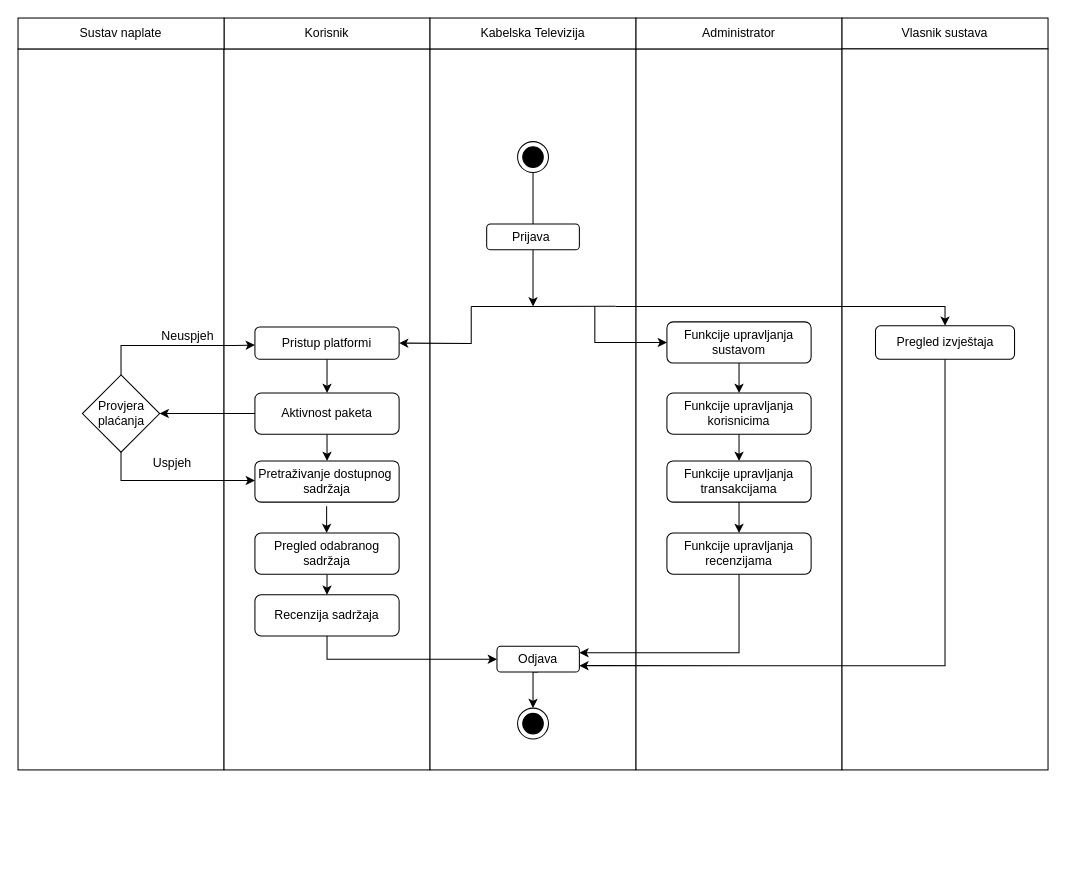
This is 3. Specifikacija dizajna/2. Objektni model/Dijagram aktivnosti.drawio from Franjo7/PIS, a draw.io file, before an edit. Source tidied: cells renumbered, new cells numbered last; positions are measured from the earlier drawing's top-left corner, leaving out a move shared by most shapes. Both pictures are drawn from the tidied source at 103%, with x=0, y=0 at pixel (18, 18).
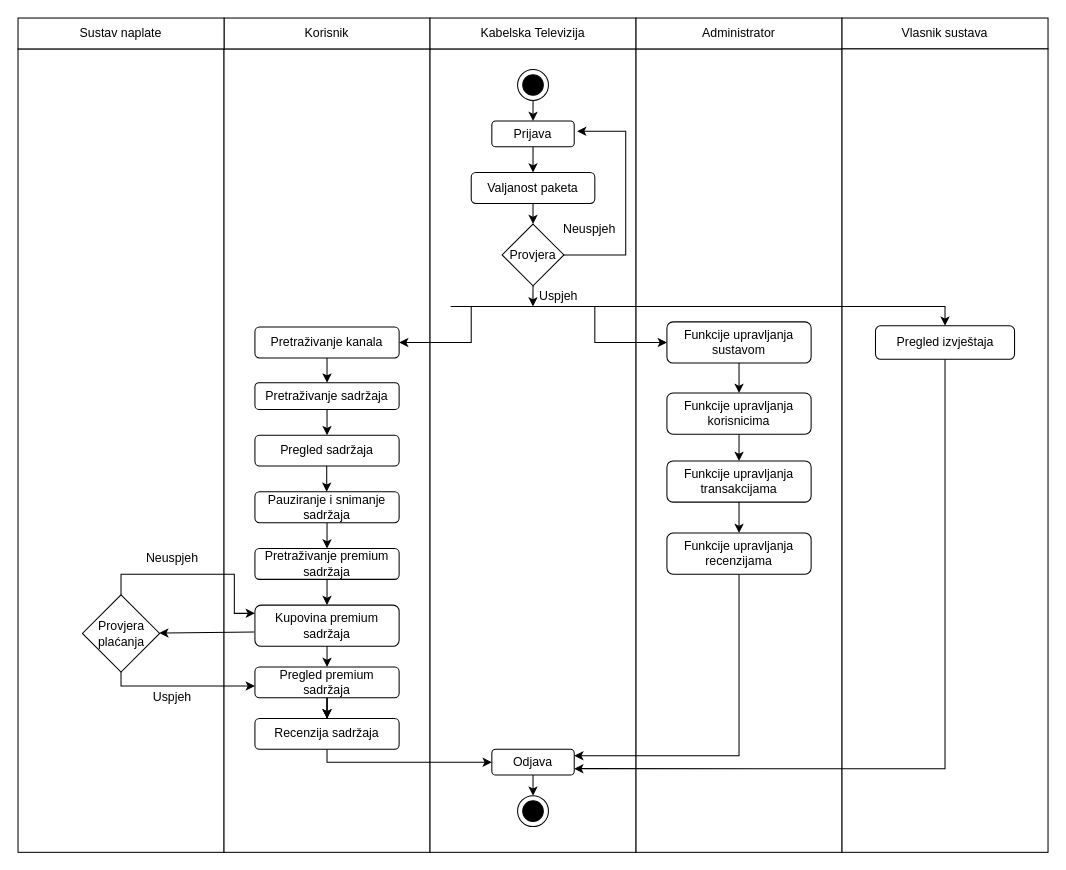
Above is the later version.

Commit message (it also covers changes not shown here):
Izmijenjen dijagram aktivnosti

The change refers to these unchanged cells:
```xml
<mxCell id="20" value="Funkcije upravljanja sustavom" style="rounded=1;whiteSpace=wrap;html=1;" parent="1" vertex="1">
  <mxGeometry x="630" y="295" width="140" height="40" as="geometry" />
</mxCell>
<mxCell id="43" value="Pregled izvještaja" style="rounded=1;whiteSpace=wrap;html=1;" parent="1" vertex="1">
  <mxGeometry x="832.5" y="298.8" width="135" height="32.5" as="geometry" />
</mxCell>
```

The edit, as a diff of the source:
```diff
@@
-    <mxCell id="2" style="rounded=0;whiteSpace=wrap;html=1;" parent="1" vertex="1">
-      <mxGeometry y="30" width="200" height="700" as="geometry" />
-    </mxCell>
-    <mxCell id="3" style="rounded=0;whiteSpace=wrap;html=1;" parent="1" vertex="1">
-      <mxGeometry x="200" y="30" width="200" height="700" as="geometry" />
-    </mxCell>
-    <mxCell id="4" style="rounded=0;whiteSpace=wrap;html=1;" parent="1" vertex="1">
-      <mxGeometry x="400" y="30" width="200" height="700" as="geometry" />
-    </mxCell>
-    <mxCell id="5" style="rounded=0;whiteSpace=wrap;html=1;" parent="1" vertex="1">
-      <mxGeometry x="600" y="30" width="200" height="700" as="geometry" />
-    </mxCell>
+    <mxCell id="51" style="rounded=0;whiteSpace=wrap;html=1;" parent="1" vertex="1">
+      <mxGeometry y="30" width="200" height="780" as="geometry" />
+    </mxCell>
+    <mxCell id="52" style="rounded=0;whiteSpace=wrap;html=1;" parent="1" vertex="1">
+      <mxGeometry x="200" y="30" width="200" height="780" as="geometry" />
+    </mxCell>
+    <mxCell id="53" style="rounded=0;whiteSpace=wrap;html=1;" parent="1" vertex="1">
+      <mxGeometry x="400" y="30" width="200" height="780" as="geometry" />
+    </mxCell>
+    <mxCell id="54" style="rounded=0;whiteSpace=wrap;html=1;" parent="1" vertex="1">
+      <mxGeometry x="600" y="30" width="200" height="780" as="geometry" />
+    </mxCell>
@@
-    <mxCell id="10" style="edgeStyle=orthogonalEdgeStyle;rounded=0;jettySize=auto;html=1;exitX=0.5;exitY=1;exitDx=0;exitDy=0;" parent="1" edge="1" source="11">
-      <mxGeometry relative="1" as="geometry">
-        <mxPoint x="500" y="280" as="targetPoint" />
-      </mxGeometry>
-    </mxCell>
-    <mxCell id="11" style="ellipse;whiteSpace=wrap;html=1;" parent="1" vertex="1">
-      <mxGeometry x="485" y="120" width="30" height="30" as="geometry" />
-    </mxCell>
+    <mxCell id="55" style="edgeStyle=orthogonalEdgeStyle;rounded=0;jettySize=auto;html=1;exitX=0.5;exitY=1;exitDx=0;exitDy=0;entryX=0.5;entryY=0;entryDx=0;entryDy=0;" parent="1" edge="1" source="56" target="12">
+      <mxGeometry relative="1" as="geometry" />
+    </mxCell>
+    <mxCell id="56" style="ellipse;whiteSpace=wrap;html=1;" parent="1" vertex="1">
+      <mxGeometry x="485" y="50" width="30" height="30" as="geometry" />
+    </mxCell>
+    <mxCell id="57" style="edgeStyle=orthogonalEdgeStyle;rounded=0;jettySize=auto;html=1;exitX=0.5;exitY=1;exitDx=0;exitDy=0;entryX=0.5;entryY=0;entryDx=0;entryDy=0;" parent="1" edge="1" source="12" target="59">
+      <mxGeometry relative="1" as="geometry" />
+    </mxCell>
-    <mxCell id="12" value="Prijava&amp;nbsp;" style="rounded=1;whiteSpace=wrap;html=1;" parent="1" vertex="1">
-      <mxGeometry x="455" y="200" width="90" height="25" as="geometry" />
+    <mxCell id="12" value="Prijava" style="rounded=1;whiteSpace=wrap;html=1;" parent="1" vertex="1">
+      <mxGeometry x="460" y="100" width="80" height="25" as="geometry" />
     </mxCell>
+    <mxCell id="58" style="edgeStyle=orthogonalEdgeStyle;rounded=0;jettySize=auto;html=1;exitX=0.5;exitY=1;exitDx=0;exitDy=0;entryX=0.5;entryY=0;entryDx=0;entryDy=0;" parent="1" edge="1" source="59" target="62">
+      <mxGeometry relative="1" as="geometry" />
+    </mxCell>
+    <mxCell id="59" value="Valjanost paketa" style="rounded=1;whiteSpace=wrap;html=1;" parent="1" vertex="1">
+      <mxGeometry x="440" y="150" width="120" height="30" as="geometry" />
+    </mxCell>
+    <mxCell id="60" style="edgeStyle=orthogonalEdgeStyle;rounded=0;orthogonalLoop=1;jettySize=auto;html=1;exitX=1;exitY=0.5;exitDx=0;exitDy=0;entryX=1;entryY=0.5;entryDx=0;entryDy=0;" parent="1" edge="1">
+      <mxGeometry relative="1" as="geometry">
+        <mxPoint x="485" y="230" as="sourcePoint" />
+        <mxPoint x="542.8" y="110" as="targetPoint" />
+        <Array as="points">
+          <mxPoint x="590" y="230" />
+          <mxPoint x="590" y="110" />
+        </Array>
+      </mxGeometry>
+    </mxCell>
+    <mxCell id="61" style="edgeStyle=orthogonalEdgeStyle;rounded=0;jettySize=auto;html=1;exitX=0.5;exitY=1;exitDx=0;exitDy=0;" parent="1" edge="1" source="62">
+      <mxGeometry relative="1" as="geometry">
+        <mxPoint x="499.9" y="280" as="targetPoint" />
+      </mxGeometry>
+    </mxCell>
+    <mxCell id="62" value="Provjera" style="rhombus;whiteSpace=wrap;html=1;" parent="1" vertex="1">
+      <mxGeometry x="470" y="200" width="60" height="60" as="geometry" />
+    </mxCell>
@@
-    <mxCell id="14" style="rounded=0;whiteSpace=wrap;html=1;" parent="1" vertex="1">
-      <mxGeometry x="800" y="30" width="200" height="700" as="geometry" />
-    </mxCell>
-    <mxCell id="15" style="endArrow=none;html=1;rounded=0;entryX=0.9;entryY=0.357;entryDx=0;entryDy=0;entryPerimeter=0;" parent="1" edge="1" target="4">
-      <mxGeometry relative="1" as="geometry">
-        <mxPoint x="500" y="280" as="sourcePoint" />
-      </mxGeometry>
-    </mxCell>
-    <mxCell id="16" style="endArrow=none;html=1;rounded=0;" parent="1" edge="1">
-      <mxGeometry relative="1" as="geometry">
-        <mxPoint x="440" y="280" as="sourcePoint" />
-        <mxPoint x="500" y="280" as="targetPoint" />
-      </mxGeometry>
-    </mxCell>
-    <mxCell id="17" style="edgeStyle=orthogonalEdgeStyle;rounded=0;jettySize=auto;html=1;exitX=0.5;exitY=1;exitDx=0;exitDy=0;entryX=0.5;entryY=0;entryDx=0;entryDy=0;" parent="1" edge="1" source="18" target="24">
-      <mxGeometry relative="1" as="geometry" />
-    </mxCell>
-    <mxCell id="18" value="Pristup platformi" style="rounded=1;whiteSpace=wrap;html=1;" parent="1" vertex="1">
-      <mxGeometry x="230" y="300" width="140" height="31.2" as="geometry" />
-    </mxCell>
+    <mxCell id="63" style="rounded=0;whiteSpace=wrap;html=1;" parent="1" vertex="1">
+      <mxGeometry x="800" y="30" width="200" height="780" as="geometry" />
+    </mxCell>
+    <mxCell id="64" style="ellipse;whiteSpace=wrap;html=1;fillColor=#000000;" parent="1" vertex="1">
+      <mxGeometry x="490" y="55" width="20" height="20" as="geometry" />
+    </mxCell>
+    <mxCell id="65" value="Neuspjeh" style="text;html=1;strokeColor=none;fillColor=none;align=center;verticalAlign=middle;whiteSpace=wrap;rounded=0;" parent="1" vertex="1">
+      <mxGeometry x="530" y="190" width="50" height="30" as="geometry" />
+    </mxCell>
+    <mxCell id="66" style="endArrow=none;html=1;rounded=0;" parent="1" edge="1">
+      <mxGeometry relative="1" as="geometry">
+        <mxPoint x="500" y="280" as="sourcePoint" />
+        <mxPoint x="560" y="280" as="targetPoint" />
+      </mxGeometry>
+    </mxCell>
+    <mxCell id="67" style="endArrow=none;html=1;rounded=0;" parent="1" edge="1">
+      <mxGeometry relative="1" as="geometry">
+        <mxPoint x="420" y="280" as="sourcePoint" />
+        <mxPoint x="500" y="280" as="targetPoint" />
+      </mxGeometry>
+    </mxCell>
+    <mxCell id="68" value="Uspjeh" style="text;html=1;strokeColor=none;fillColor=none;align=center;verticalAlign=middle;whiteSpace=wrap;rounded=0;" parent="1" vertex="1">
+      <mxGeometry x="500" y="260" width="50" height="20" as="geometry" />
+    </mxCell>
+    <mxCell id="69" style="edgeStyle=orthogonalEdgeStyle;rounded=0;jettySize=auto;html=1;exitX=0.5;exitY=1;exitDx=0;exitDy=0;entryX=0.5;entryY=0;entryDx=0;entryDy=0;" parent="1" edge="1" source="70" target="74">
+      <mxGeometry relative="1" as="geometry" />
+    </mxCell>
+    <mxCell id="70" value="Pretraživanje kanala" style="rounded=1;whiteSpace=wrap;html=1;" parent="1" vertex="1">
+      <mxGeometry x="230" y="300" width="140" height="30" as="geometry" />
+    </mxCell>
@@
-    <mxCell id="21" style="endArrow=classic;html=1;rounded=0;entryX=1;entryY=0.5;entryDx=0;entryDy=0;" parent="1" edge="1" target="18">
-      <mxGeometry relative="1" as="geometry">
-        <mxPoint x="440" y="280" as="sourcePoint" />
-        <Array as="points">
-          <mxPoint x="440" y="316" />
-        </Array>
-      </mxGeometry>
-    </mxCell>
-    <mxCell id="22" style="endArrow=classic;html=1;rounded=0;entryX=0;entryY=0.5;entryDx=0;entryDy=0;" parent="1" edge="1" target="20">
-      <mxGeometry relative="1" as="geometry">
-        <mxPoint x="560" y="280" as="sourcePoint" />
-        <Array as="points">
-          <mxPoint x="560" y="315" />
-        </Array>
-      </mxGeometry>
-    </mxCell>
-    <mxCell id="23" style="edgeStyle=orthogonalEdgeStyle;rounded=0;jettySize=auto;html=1;exitX=0.5;exitY=1;exitDx=0;exitDy=0;entryX=0.5;entryY=0;entryDx=0;entryDy=0;" parent="1" edge="1" source="24" target="26">
-      <mxGeometry relative="1" as="geometry" />
-    </mxCell>
-    <mxCell id="24" value="Aktivnost paketa" style="rounded=1;whiteSpace=wrap;html=1;" parent="1" vertex="1">
-      <mxGeometry x="230" y="364" width="140" height="40" as="geometry" />
-    </mxCell>
-    <mxCell id="25" style="edgeStyle=orthogonalEdgeStyle;rounded=0;jettySize=auto;html=1;exitX=0;exitY=0.5;exitDx=0;exitDy=0;entryX=1;entryY=0.5;entryDx=0;entryDy=0;" parent="1" edge="1" source="24" target="29">
-      <mxGeometry relative="1" as="geometry" />
-    </mxCell>
-    <mxCell id="26" value="Pretraživanje dostupnog&amp;nbsp;&lt;br&gt;sadržaja" style="rounded=1;whiteSpace=wrap;html=1;" parent="1" vertex="1">
-      <mxGeometry x="230" y="430" width="140" height="40" as="geometry" />
-    </mxCell>
-    <mxCell id="27" style="edgeStyle=orthogonalEdgeStyle;rounded=0;orthogonalLoop=1;jettySize=auto;html=1;exitX=0.5;exitY=1;exitDx=0;exitDy=0;entryX=0;entryY=0.75;entryDx=0;entryDy=0;" parent="1" edge="1">
-      <mxGeometry relative="1" as="geometry">
-        <mxPoint x="100" y="364" as="sourcePoint" />
-        <mxPoint x="230" y="449" as="targetPoint" />
-        <Array as="points">
-          <mxPoint x="100" y="449" />
-        </Array>
-      </mxGeometry>
-    </mxCell>
-    <mxCell id="28" style="edgeStyle=orthogonalEdgeStyle;rounded=0;jettySize=auto;html=1;entryX=0;entryY=0.25;entryDx=0;entryDy=0;" parent="1" edge="1" source="29">
-      <mxGeometry relative="1" as="geometry">
-        <mxPoint x="230" y="317.5" as="targetPoint" />
-        <Array as="points">
-          <mxPoint x="100" y="318" />
-          <mxPoint x="210" y="318" />
-        </Array>
-      </mxGeometry>
-    </mxCell>
-    <mxCell id="29" value="Provjera&lt;br&gt;plaćanja" style="rhombus;whiteSpace=wrap;html=1;" parent="1" vertex="1">
-      <mxGeometry x="62.5" y="346.5" width="75" height="75" as="geometry" />
-    </mxCell>
-    <mxCell id="30" style="edgeStyle=orthogonalEdgeStyle;rounded=0;jettySize=auto;html=1;exitX=0.5;exitY=1;exitDx=0;exitDy=0;entryX=0.5;entryY=0;entryDx=0;entryDy=0;" parent="1" edge="1" source="31" target="41">
-      <mxGeometry relative="1" as="geometry" />
-    </mxCell>
-    <mxCell id="31" value="Pregled odabranog&lt;br&gt;sadržaja" style="rounded=1;whiteSpace=wrap;html=1;" parent="1" vertex="1">
-      <mxGeometry x="230" y="500" width="140" height="40" as="geometry" />
-    </mxCell>
-    <mxCell id="32" value="Uspjeh" style="text;html=1;strokeColor=none;fillColor=none;align=center;verticalAlign=middle;whiteSpace=wrap;rounded=0;" parent="1" vertex="1">
-      <mxGeometry x="110" y="421.5" width="80" height="20" as="geometry" />
-    </mxCell>
-    <mxCell id="33" value="Neuspjeh" style="text;html=1;strokeColor=none;fillColor=none;align=center;verticalAlign=middle;whiteSpace=wrap;rounded=0;" parent="1" vertex="1">
-      <mxGeometry x="120" y="298.8" width="90" height="20" as="geometry" />
-    </mxCell>
+    <mxCell id="71" style="endArrow=classic;html=1;rounded=0;entryX=1;entryY=0.5;entryDx=0;entryDy=0;" parent="1" edge="1" target="70">
+      <mxGeometry relative="1" as="geometry">
+        <mxPoint x="440" y="280" as="sourcePoint" />
+        <Array as="points">
+          <mxPoint x="440" y="315" />
+        </Array>
+      </mxGeometry>
+    </mxCell>
+    <mxCell id="72" style="endArrow=classic;html=1;rounded=0;entryX=0;entryY=0.5;entryDx=0;entryDy=0;" parent="1" edge="1" target="20">
+      <mxGeometry relative="1" as="geometry">
+        <mxPoint x="560" y="280" as="sourcePoint" />
+        <Array as="points">
+          <mxPoint x="560" y="315" />
+        </Array>
+      </mxGeometry>
+    </mxCell>
+    <mxCell id="73" style="edgeStyle=orthogonalEdgeStyle;rounded=0;jettySize=auto;html=1;exitX=0.5;exitY=1;exitDx=0;exitDy=0;entryX=0.5;entryY=0;entryDx=0;entryDy=0;" parent="1" edge="1" source="74" target="75">
+      <mxGeometry relative="1" as="geometry" />
+    </mxCell>
+    <mxCell id="74" value="Pretraživanje sadržaja" style="rounded=1;whiteSpace=wrap;html=1;" parent="1" vertex="1">
+      <mxGeometry x="230" y="354" width="140" height="26" as="geometry" />
+    </mxCell>
+    <mxCell id="75" value="Pregled sadržaja" style="rounded=1;whiteSpace=wrap;html=1;" parent="1" vertex="1">
+      <mxGeometry x="230" y="405" width="140" height="30" as="geometry" />
+    </mxCell>
+    <mxCell id="76" style="edgeStyle=orthogonalEdgeStyle;rounded=0;jettySize=auto;html=1;exitX=0.5;exitY=1;exitDx=0;exitDy=0;entryX=0.5;entryY=0;entryDx=0;entryDy=0;" parent="1" edge="1" source="77" target="78">
+      <mxGeometry relative="1" as="geometry" />
+    </mxCell>
+    <mxCell id="77" value="Pauziranje i snimanje&lt;br&gt;sadržaja" style="rounded=1;whiteSpace=wrap;html=1;" parent="1" vertex="1">
+      <mxGeometry x="230" y="460" width="140" height="30" as="geometry" />
+    </mxCell>
@@
-    <mxCell id="40" style="edgeStyle=orthogonalEdgeStyle;rounded=0;jettySize=auto;html=1;exitX=0.5;exitY=1;exitDx=0;exitDy=0;entryX=0;entryY=0.5;entryDx=0;entryDy=0;" parent="1" edge="1" source="41" target="46">
-      <mxGeometry relative="1" as="geometry" />
-    </mxCell>
-    <mxCell id="41" value="Recenzija sadržaja" style="rounded=1;whiteSpace=wrap;html=1;" parent="1" vertex="1">
-      <mxGeometry x="230" y="560" width="140" height="40" as="geometry" />
-    </mxCell>
+    <mxCell id="78" value="Pretraživanje premium&lt;br style=&quot;border-color: var(--border-color);&quot;&gt;sadržaja" style="rounded=1;whiteSpace=wrap;html=1;" parent="1" vertex="1">
+      <mxGeometry x="230" y="515" width="140" height="30" as="geometry" />
+    </mxCell>
@@
-    <mxCell id="44" style="endArrow=classic;html=1;rounded=0;entryX=0.5;entryY=0;entryDx=0;entryDy=0;" parent="1" edge="1" target="43">
-      <mxGeometry relative="1" as="geometry">
-        <mxPoint x="580" y="280" as="sourcePoint" />
-        <Array as="points">
-          <mxPoint x="900" y="280" />
-        </Array>
-      </mxGeometry>
-    </mxCell>
-    <mxCell id="45" style="edgeStyle=orthogonalEdgeStyle;rounded=0;jettySize=auto;html=1;exitX=0.5;exitY=1;exitDx=0;exitDy=0;entryX=0.5;entryY=0;entryDx=0;entryDy=0;" parent="1" edge="1" source="46" target="47">
-      <mxGeometry relative="1" as="geometry" />
-    </mxCell>
+    <mxCell id="79" style="endArrow=classic;html=1;rounded=0;entryX=0.5;entryY=0;entryDx=0;entryDy=0;" parent="1" edge="1" target="43">
+      <mxGeometry relative="1" as="geometry">
+        <mxPoint x="560" y="280" as="sourcePoint" />
+        <Array as="points">
+          <mxPoint x="900" y="280" />
+        </Array>
+      </mxGeometry>
+    </mxCell>
+    <mxCell id="80" style="edgeStyle=orthogonalEdgeStyle;rounded=0;jettySize=auto;html=1;exitX=0.5;exitY=1;exitDx=0;exitDy=0;entryX=0.5;entryY=0;entryDx=0;entryDy=0;" parent="1" edge="1" source="46" target="81">
+      <mxGeometry relative="1" as="geometry" />
+    </mxCell>
     <mxCell id="46" value="Odjava" style="rounded=1;whiteSpace=wrap;html=1;" parent="1" vertex="1">
-      <mxGeometry x="465" y="610" width="80" height="25" as="geometry" />
+      <mxGeometry x="460" y="710" width="80" height="25" as="geometry" />
     </mxCell>
-    <mxCell id="47" style="ellipse;whiteSpace=wrap;html=1;" parent="1" vertex="1">
-      <mxGeometry x="485" y="670" width="30" height="30" as="geometry" />
-    </mxCell>
-    <mxCell id="48" style="ellipse;whiteSpace=wrap;html=1;fillColor=#000000;" parent="1" vertex="1">
-      <mxGeometry x="490" y="675" width="20" height="20" as="geometry" />
-    </mxCell>
-    <mxCell id="49" style="ellipse;whiteSpace=wrap;html=1;fillColor=#000000;" parent="1" vertex="1">
-      <mxGeometry x="490" y="125" width="20" height="20" as="geometry" />
-    </mxCell>
-    <mxCell id="50" style="edgeStyle=orthogonalEdgeStyle;rounded=0;orthogonalLoop=1;jettySize=auto;html=1;exitX=0.5;exitY=1;exitDx=0;exitDy=0;entryX=0.5;entryY=0;entryDx=0;entryDy=0;" parent="1" edge="1">
-      <mxGeometry relative="1" as="geometry">
-        <mxPoint x="299.6" y="474" as="sourcePoint" />
-        <mxPoint x="299.6" y="500" as="targetPoint" />
-      </mxGeometry>
-    </mxCell>
+    <mxCell id="81" style="ellipse;whiteSpace=wrap;html=1;" parent="1" vertex="1">
+      <mxGeometry x="485" y="755" width="30" height="30" as="geometry" />
+    </mxCell>
+    <mxCell id="82" style="ellipse;whiteSpace=wrap;html=1;fillColor=#000000;" parent="1" vertex="1">
+      <mxGeometry x="490" y="760" width="20" height="20" as="geometry" />
+    </mxCell>
+    <mxCell id="83" style="edgeStyle=orthogonalEdgeStyle;rounded=0;orthogonalLoop=1;jettySize=auto;html=1;exitX=0.5;exitY=1;exitDx=0;exitDy=0;entryX=0;entryY=0.5;entryDx=0;entryDy=0;" parent="1" edge="1">
+      <mxGeometry relative="1" as="geometry">
+        <mxPoint x="300" y="710" as="sourcePoint" />
+        <mxPoint x="460" y="722.5" as="targetPoint" />
+        <Array as="points">
+          <mxPoint x="300" y="722.5" />
+        </Array>
+      </mxGeometry>
+    </mxCell>
+    <mxCell id="84" style="edgeStyle=orthogonalEdgeStyle;rounded=0;jettySize=auto;html=1;exitX=0.5;exitY=1;exitDx=0;exitDy=0;entryX=0.5;entryY=0;entryDx=0;entryDy=0;" parent="1" edge="1" source="78" target="85">
+      <mxGeometry relative="1" as="geometry" />
+    </mxCell>
+    <mxCell id="85" value="Kupovina premium sadržaja" style="rounded=1;whiteSpace=wrap;html=1;" parent="1" vertex="1">
+      <mxGeometry x="230" y="570" width="140" height="40" as="geometry" />
+    </mxCell>
+    <mxCell id="86" style="edgeStyle=orthogonalEdgeStyle;rounded=0;jettySize=auto;html=1;entryX=0.5;entryY=0;entryDx=0;entryDy=0;" parent="1" edge="1" target="89">
+      <mxGeometry relative="1" as="geometry">
+        <mxPoint x="300" y="610" as="sourcePoint" />
+      </mxGeometry>
+    </mxCell>
+    <mxCell id="87" style="edgeStyle=orthogonalEdgeStyle;rounded=0;jettySize=auto;html=1;" parent="1" edge="1" source="89" target="41">
+      <mxGeometry relative="1" as="geometry" />
+    </mxCell>
+    <mxCell id="88" style="edgeStyle=orthogonalEdgeStyle;rounded=0;jettySize=auto;html=1;" parent="1" edge="1" source="89" target="41">
+      <mxGeometry relative="1" as="geometry" />
+    </mxCell>
+    <mxCell id="89" value="Pregled premium sadržaja" style="rounded=1;whiteSpace=wrap;html=1;" parent="1" vertex="1">
+      <mxGeometry x="230" y="630" width="140" height="30" as="geometry" />
+    </mxCell>
+    <mxCell id="90" style="edgeStyle=orthogonalEdgeStyle;rounded=0;jettySize=auto;html=1;entryX=0.5;entryY=0;entryDx=0;entryDy=0;" parent="1" edge="1" target="41">
+      <mxGeometry relative="1" as="geometry">
+        <mxPoint x="300" y="660" as="sourcePoint" />
+      </mxGeometry>
+    </mxCell>
+    <mxCell id="41" value="Recenzija sadržaja" style="rounded=1;whiteSpace=wrap;html=1;" parent="1" vertex="1">
+      <mxGeometry x="230" y="680" width="140" height="30" as="geometry" />
+    </mxCell>
+    <mxCell id="29" value="Provjera&lt;br&gt;plaćanja" style="rhombus;whiteSpace=wrap;html=1;" parent="1" vertex="1">
+      <mxGeometry x="62.5" y="560" width="75" height="75" as="geometry" />
+    </mxCell>
+    <mxCell id="91" style="edgeStyle=orthogonalEdgeStyle;rounded=0;orthogonalLoop=1;jettySize=auto;html=1;entryX=0;entryY=0.25;entryDx=0;entryDy=0;" parent="1" edge="1">
+      <mxGeometry relative="1" as="geometry">
+        <mxPoint x="100" y="560" as="sourcePoint" />
+        <mxPoint x="230" y="578" as="targetPoint" />
+        <Array as="points">
+          <mxPoint x="100" y="540" />
+          <mxPoint x="210" y="540" />
+          <mxPoint x="210" y="578" />
+        </Array>
+      </mxGeometry>
+    </mxCell>
+    <mxCell id="92" style="edgeStyle=orthogonalEdgeStyle;rounded=0;jettySize=auto;html=1;exitX=0.5;exitY=1;exitDx=0;exitDy=0;entryX=0;entryY=0.5;entryDx=0;entryDy=0;" parent="1" edge="1" source="29">
+      <mxGeometry relative="1" as="geometry">
+        <mxPoint x="230" y="648.5" as="targetPoint" />
+        <Array as="points">
+          <mxPoint x="100" y="648" />
+        </Array>
+      </mxGeometry>
+    </mxCell>
+    <mxCell id="93" value="Uspjeh" style="text;html=1;strokeColor=none;fillColor=none;align=center;verticalAlign=middle;whiteSpace=wrap;rounded=0;" parent="1" vertex="1">
+      <mxGeometry x="110" y="650" width="80" height="20" as="geometry" />
+    </mxCell>
+    <mxCell id="94" value="Neuspjeh" style="text;html=1;strokeColor=none;fillColor=none;align=center;verticalAlign=middle;whiteSpace=wrap;rounded=0;" parent="1" vertex="1">
+      <mxGeometry x="105" y="515" width="90" height="20" as="geometry" />
+    </mxCell>
+    <mxCell id="95" style="endArrow=classic;html=1;rounded=0;exitX=-0.005;exitY=0.653;exitDx=0;exitDy=0;exitPerimeter=0;" parent="1" edge="1" source="85" target="29">
+      <mxGeometry relative="1" as="geometry" />
+    </mxCell>
+    <mxCell id="96" style="edgeStyle=orthogonalEdgeStyle;rounded=0;orthogonalLoop=1;jettySize=auto;html=1;exitX=0.5;exitY=1;exitDx=0;exitDy=0;entryX=0.5;entryY=0;entryDx=0;entryDy=0;" parent="1" edge="1">
+      <mxGeometry relative="1" as="geometry">
+        <mxPoint x="299.7" y="435" as="sourcePoint" />
+        <mxPoint x="299.7" y="460" as="targetPoint" />
+      </mxGeometry>
+    </mxCell>
```
